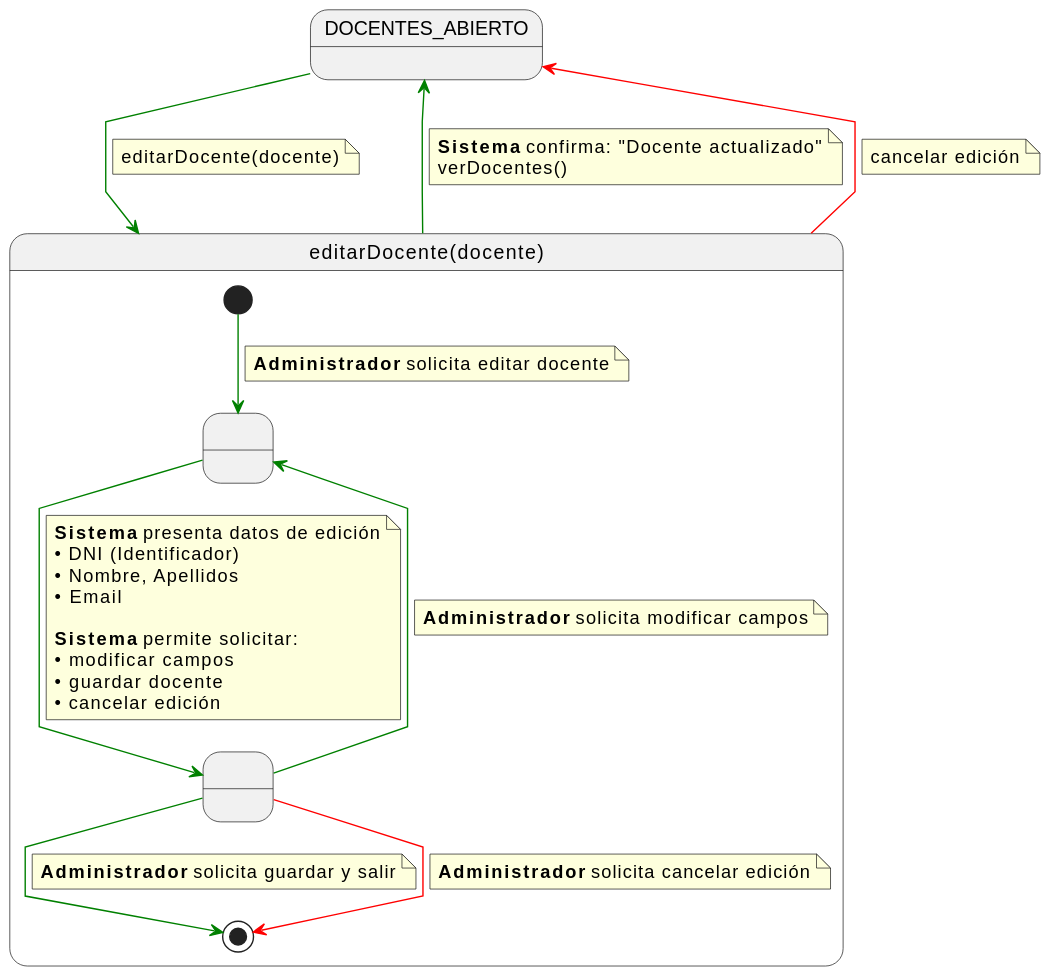
Earlier version of the PlantUML export documents/casos-de-uso/detalladoCasosDeUso/editarDocente/editarDocente.svg (martinlopez7/25-26-IdSw1-SdR).
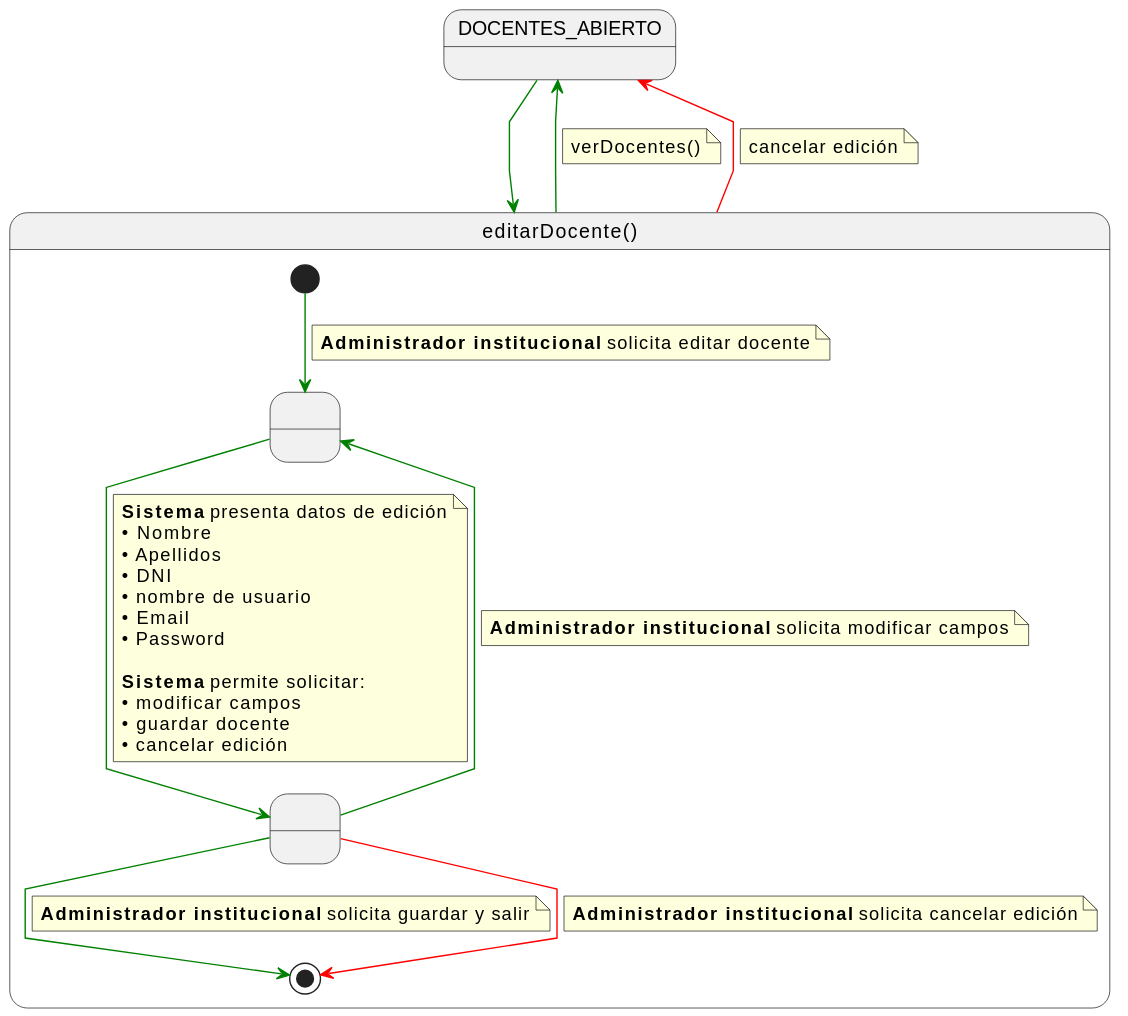
The same file after the commit.

Change to the diagram source:
```diff
@@ -4,26 +4,26 @@
 state DOCENTES_ABIERTO
 
 DOCENTES_ABIERTO -[#green]-> editarDocente
-note on link
-editarDocente(docente)
-end note
 
-state editarDocente as "editarDocente(docente)" {
+state editarDocente as "editarDocente()" {
 
     state " " as EditandoDatos
     state " " as GuardandoDatos
 
     [*] -[#green]-> EditandoDatos
     note on link
-    <b>Administrador</b> solicita editar docente
+    <b>Administrador institucional</b> solicita editar docente
     end note
 
     EditandoDatos -[#green]-> GuardandoDatos
     note on link
     <b>Sistema</b> presenta datos de edición
-    • DNI (Identificador)
-    • Nombre, Apellidos
+    • Nombre
+    • Apellidos
+    • DNI
+    • nombre de usuario
     • Email
+    • Password
 
     <b>Sistema</b> permite solicitar:
     • modificar campos
@@ -33,24 +33,22 @@
 
     GuardandoDatos -[#green]-> EditandoDatos
     note on link
-    <b>Administrador</b> solicita modificar campos
+    <b>Administrador institucional</b> solicita modificar campos
     end note
 
     GuardandoDatos -[#green]-> [*]
     note on link
-    <b>Administrador</b> solicita guardar y salir
+    <b>Administrador institucional</b> solicita guardar y salir
     end note
 
     GuardandoDatos -[#red]-> [*]
     note on link
-    <b>Administrador</b> solicita cancelar edición
+    <b>Administrador institucional</b> solicita cancelar edición
     end note
 }
 
-
 editarDocente -[#green]-> DOCENTES_ABIERTO
 note on link
-<b>Sistema</b> confirma: "Docente actualizado"
 verDocentes()
 end note
 
```
